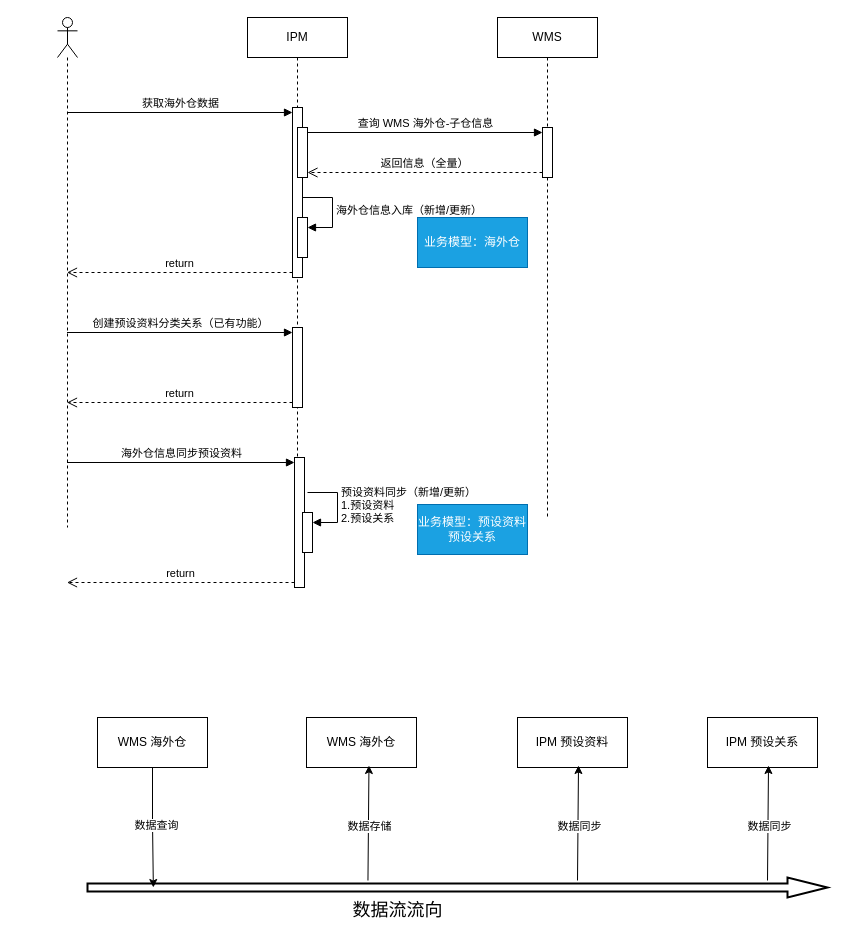
The draw.io diagram shein/海外仓计划.drawio in Msimplehub/abbysun, before the edit. Source tidied: cells renumbered, new cells numbered last; positions are measured from the earlier drawing's top-left corner, leaving out a move shared by most shapes. Both pictures are drawn from the tidied source at 100%, with x=0, y=0 at pixel (57, 17).
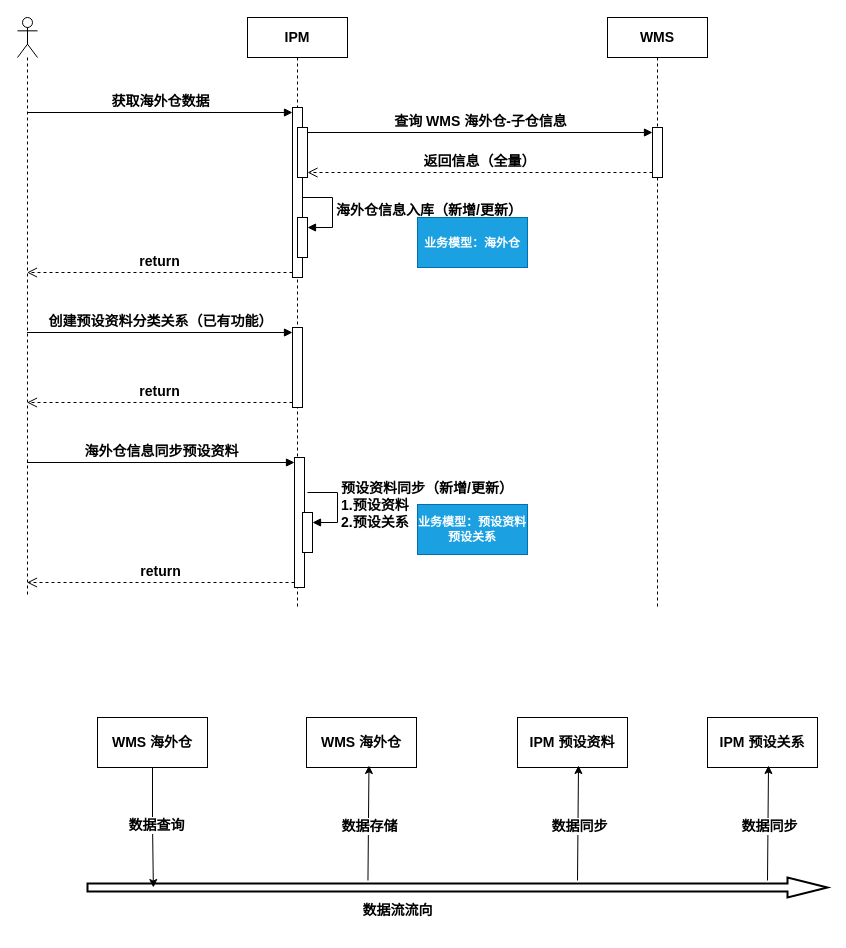
Above is the later version.

Commit message (it also covers changes not shown here):
更新海外仓计划.drawio

Change to the diagram source:
```diff
@@
-    <mxCell id="2" value="IPM" style="shape=umlLifeline;perimeter=lifelinePerimeter;whiteSpace=wrap;html=1;newEdgeStyle={&quot;curved&quot;:0,&quot;rounded&quot;:0};" parent="1" vertex="1">
-      <mxGeometry x="190" width="100" height="500" as="geometry" />
+    <mxCell id="2" value="&lt;span style=&quot;font-size: 14px;&quot;&gt;&lt;font style=&quot;font-size: 14px;&quot;&gt;IPM&lt;/font&gt;&lt;/span&gt;" style="shape=umlLifeline;perimeter=lifelinePerimeter;whiteSpace=wrap;html=1;newEdgeStyle={&quot;curved&quot;:0,&quot;rounded&quot;:0};fontStyle=1;fontSize=14;" parent="1" vertex="1">
+      <mxGeometry x="190" width="100" height="590" as="geometry" />
     </mxCell>
-    <mxCell id="3" style="html=1;points=[[0,0,0,0,5],[0,1,0,0,-5],[1,0,0,0,5],[1,1,0,0,-5]];perimeter=orthogonalPerimeter;outlineConnect=0;targetShapes=umlLifeline;portConstraint=eastwest;newEdgeStyle={&quot;curved&quot;:0,&quot;rounded&quot;:0};" parent="2" vertex="1">
+    <mxCell id="3" style="html=1;points=[[0,0,0,0,5],[0,1,0,0,-5],[1,0,0,0,5],[1,1,0,0,-5]];perimeter=orthogonalPerimeter;outlineConnect=0;targetShapes=umlLifeline;portConstraint=eastwest;newEdgeStyle={&quot;curved&quot;:0,&quot;rounded&quot;:0};fontStyle=1;fontSize=14;" parent="2" vertex="1">
       <mxGeometry x="45" y="90" width="10" height="170" as="geometry" />
     </mxCell>
-    <mxCell id="4" style="html=1;points=[[0,0,0,0,5],[0,1,0,0,-5],[1,0,0,0,5],[1,1,0,0,-5]];perimeter=orthogonalPerimeter;outlineConnect=0;targetShapes=umlLifeline;portConstraint=eastwest;newEdgeStyle={&quot;curved&quot;:0,&quot;rounded&quot;:0};" parent="2" vertex="1">
+    <mxCell id="4" style="html=1;points=[[0,0,0,0,5],[0,1,0,0,-5],[1,0,0,0,5],[1,1,0,0,-5]];perimeter=orthogonalPerimeter;outlineConnect=0;targetShapes=umlLifeline;portConstraint=eastwest;newEdgeStyle={&quot;curved&quot;:0,&quot;rounded&quot;:0};fontStyle=1;fontSize=14;" parent="2" vertex="1">
       <mxGeometry x="50" y="110" width="10" height="50" as="geometry" />
     </mxCell>
-    <mxCell id="5" style="html=1;points=[[0,0,0,0,5],[0,1,0,0,-5],[1,0,0,0,5],[1,1,0,0,-5]];perimeter=orthogonalPerimeter;outlineConnect=0;targetShapes=umlLifeline;portConstraint=eastwest;newEdgeStyle={&quot;curved&quot;:0,&quot;rounded&quot;:0};" parent="2" vertex="1">
+    <mxCell id="5" style="html=1;points=[[0,0,0,0,5],[0,1,0,0,-5],[1,0,0,0,5],[1,1,0,0,-5]];perimeter=orthogonalPerimeter;outlineConnect=0;targetShapes=umlLifeline;portConstraint=eastwest;newEdgeStyle={&quot;curved&quot;:0,&quot;rounded&quot;:0};fontStyle=1;fontSize=14;" parent="2" vertex="1">
       <mxGeometry x="50" y="200" width="10" height="40" as="geometry" />
     </mxCell>
-    <mxCell id="6" value="海外仓信息入库（新增/更新）" style="html=1;align=left;spacingLeft=2;endArrow=block;rounded=0;edgeStyle=orthogonalEdgeStyle;curved=0;rounded=0;" parent="2" edge="1" target="5">
+    <mxCell id="6" value="海外仓信息入库（新增/更新）" style="html=1;align=left;spacingLeft=2;endArrow=block;rounded=0;edgeStyle=orthogonalEdgeStyle;curved=0;rounded=0;fontStyle=1;fontSize=14;" parent="2" edge="1" target="5">
       <mxGeometry relative="1" as="geometry">
         <mxPoint x="55" y="180" as="sourcePoint" />
         <Array as="points">
           <mxPoint x="85" y="210" />
         </Array>
       </mxGeometry>
     </mxCell>
-    <mxCell id="7" style="html=1;points=[[0,0,0,0,5],[0,1,0,0,-5],[1,0,0,0,5],[1,1,0,0,-5]];perimeter=orthogonalPerimeter;outlineConnect=0;targetShapes=umlLifeline;portConstraint=eastwest;newEdgeStyle={&quot;curved&quot;:0,&quot;rounded&quot;:0};" parent="2" vertex="1">
+    <mxCell id="7" style="html=1;points=[[0,0,0,0,5],[0,1,0,0,-5],[1,0,0,0,5],[1,1,0,0,-5]];perimeter=orthogonalPerimeter;outlineConnect=0;targetShapes=umlLifeline;portConstraint=eastwest;newEdgeStyle={&quot;curved&quot;:0,&quot;rounded&quot;:0};fontStyle=1;fontSize=14;" parent="2" vertex="1">
       <mxGeometry x="47" y="440" width="10" height="130" as="geometry" />
     </mxCell>
-    <mxCell id="8" style="html=1;points=[[0,0,0,0,5],[0,1,0,0,-5],[1,0,0,0,5],[1,1,0,0,-5]];perimeter=orthogonalPerimeter;outlineConnect=0;targetShapes=umlLifeline;portConstraint=eastwest;newEdgeStyle={&quot;curved&quot;:0,&quot;rounded&quot;:0};" parent="2" vertex="1">
+    <mxCell id="8" style="html=1;points=[[0,0,0,0,5],[0,1,0,0,-5],[1,0,0,0,5],[1,1,0,0,-5]];perimeter=orthogonalPerimeter;outlineConnect=0;targetShapes=umlLifeline;portConstraint=eastwest;newEdgeStyle={&quot;curved&quot;:0,&quot;rounded&quot;:0};fontStyle=1;fontSize=14;" parent="2" vertex="1">
       <mxGeometry x="55" y="495" width="10" height="40" as="geometry" />
     </mxCell>
-    <mxCell id="9" value="预设资料同步（新增/更新）&lt;div&gt;1.预设资料&lt;/div&gt;&lt;div&gt;2.预设关系&lt;/div&gt;" style="html=1;align=left;spacingLeft=2;endArrow=block;rounded=0;edgeStyle=orthogonalEdgeStyle;curved=0;rounded=0;" parent="2" edge="1" target="8">
+    <mxCell id="9" value="预设资料同步（新增/更新）&lt;div style=&quot;font-size: 14px;&quot;&gt;1.预设资料&lt;/div&gt;&lt;div style=&quot;font-size: 14px;&quot;&gt;2.预设关系&lt;/div&gt;" style="html=1;align=left;spacingLeft=2;endArrow=block;rounded=0;edgeStyle=orthogonalEdgeStyle;curved=0;rounded=0;fontStyle=1;fontSize=14;" parent="2" edge="1" target="8">
       <mxGeometry relative="1" as="geometry">
         <mxPoint x="60" y="475" as="sourcePoint" />
         <Array as="points">
           <mxPoint x="90" y="505" />
         </Array>
       </mxGeometry>
     </mxCell>
-    <mxCell id="10" style="html=1;points=[[0,0,0,0,5],[0,1,0,0,-5],[1,0,0,0,5],[1,1,0,0,-5]];perimeter=orthogonalPerimeter;outlineConnect=0;targetShapes=umlLifeline;portConstraint=eastwest;newEdgeStyle={&quot;curved&quot;:0,&quot;rounded&quot;:0};" parent="2" vertex="1">
+    <mxCell id="10" style="html=1;points=[[0,0,0,0,5],[0,1,0,0,-5],[1,0,0,0,5],[1,1,0,0,-5]];perimeter=orthogonalPerimeter;outlineConnect=0;targetShapes=umlLifeline;portConstraint=eastwest;newEdgeStyle={&quot;curved&quot;:0,&quot;rounded&quot;:0};fontStyle=1;fontSize=14;" parent="2" vertex="1">
       <mxGeometry x="45" y="310" width="10" height="80" as="geometry" />
     </mxCell>
-    <mxCell id="11" value="WMS" style="shape=umlLifeline;perimeter=lifelinePerimeter;whiteSpace=wrap;html=1;newEdgeStyle={&quot;curved&quot;:0,&quot;rounded&quot;:0};" parent="1" vertex="1">
-      <mxGeometry x="440" width="100" height="500" as="geometry" />
+    <mxCell id="11" value="&lt;font style=&quot;font-size: 14px;&quot;&gt;WMS&lt;/font&gt;" style="shape=umlLifeline;perimeter=lifelinePerimeter;whiteSpace=wrap;html=1;newEdgeStyle={&quot;curved&quot;:0,&quot;rounded&quot;:0};fontStyle=1;fontSize=14;" parent="1" vertex="1">
+      <mxGeometry x="550" width="100" height="590" as="geometry" />
     </mxCell>
-    <mxCell id="12" style="html=1;points=[[0,0,0,0,5],[0,1,0,0,-5],[1,0,0,0,5],[1,1,0,0,-5]];perimeter=orthogonalPerimeter;outlineConnect=0;targetShapes=umlLifeline;portConstraint=eastwest;newEdgeStyle={&quot;curved&quot;:0,&quot;rounded&quot;:0};" parent="11" vertex="1">
+    <mxCell id="12" style="html=1;points=[[0,0,0,0,5],[0,1,0,0,-5],[1,0,0,0,5],[1,1,0,0,-5]];perimeter=orthogonalPerimeter;outlineConnect=0;targetShapes=umlLifeline;portConstraint=eastwest;newEdgeStyle={&quot;curved&quot;:0,&quot;rounded&quot;:0};fontStyle=1;fontSize=14;" parent="11" vertex="1">
       <mxGeometry x="45" y="110" width="10" height="50" as="geometry" />
     </mxCell>
-    <mxCell id="13" value="查询 WMS 海外仓-子仓信息" style="html=1;verticalAlign=bottom;endArrow=block;curved=0;rounded=0;entryX=0;entryY=0;entryDx=0;entryDy=5;exitX=1;exitY=0;exitDx=0;exitDy=5;exitPerimeter=0;" parent="1" edge="1" source="4" target="12">
+    <mxCell id="13" value="查询 WMS 海外仓-子仓信息" style="html=1;verticalAlign=bottom;endArrow=block;curved=0;rounded=0;entryX=0;entryY=0;entryDx=0;entryDy=5;exitX=1;exitY=0;exitDx=0;exitDy=5;exitPerimeter=0;fontStyle=1;fontSize=14;" parent="1" edge="1" source="4" target="12">
       <mxGeometry relative="1" as="geometry" />
     </mxCell>
-    <mxCell id="14" value="返回信息（全量）" style="html=1;verticalAlign=bottom;endArrow=open;dashed=1;endSize=8;curved=0;rounded=0;exitX=0;exitY=1;exitDx=0;exitDy=-5;entryX=1;entryY=1;entryDx=0;entryDy=-5;entryPerimeter=0;" parent="1" edge="1" source="12" target="4">
+    <mxCell id="14" value="返回信息（全量）" style="html=1;verticalAlign=bottom;endArrow=open;dashed=1;endSize=8;curved=0;rounded=0;exitX=0;exitY=1;exitDx=0;exitDy=-5;entryX=1;entryY=1;entryDx=0;entryDy=-5;entryPerimeter=0;fontStyle=1;fontSize=14;" parent="1" edge="1" source="12" target="4">
       <mxGeometry relative="1" as="geometry" />
     </mxCell>
-    <mxCell id="15" value="业务模型：海外仓" style="html=1;whiteSpace=wrap;fillColor=#1ba1e2;fontColor=#ffffff;strokeColor=#006EAF;" parent="1" vertex="1">
+    <mxCell id="15" value="&lt;font style=&quot;font-size: 12px;&quot;&gt;业务模型：海外仓&lt;/font&gt;" style="html=1;whiteSpace=wrap;fillColor=#1ba1e2;fontColor=#ffffff;strokeColor=#006EAF;fontStyle=1;fontSize=14;" parent="1" vertex="1">
       <mxGeometry x="360" y="200" width="110" height="50" as="geometry" />
     </mxCell>
-    <mxCell id="16" style="shape=umlLifeline;perimeter=lifelinePerimeter;whiteSpace=wrap;html=1;outlineConnect=0;portConstraint=eastwest;newEdgeStyle={&quot;curved&quot;:0,&quot;rounded&quot;:0};participant=umlActor;" parent="1" vertex="1">
-      <mxGeometry width="20" height="510" as="geometry" />
+    <mxCell id="16" style="shape=umlLifeline;perimeter=lifelinePerimeter;whiteSpace=wrap;html=1;outlineConnect=0;portConstraint=eastwest;newEdgeStyle={&quot;curved&quot;:0,&quot;rounded&quot;:0};participant=umlActor;fontStyle=1;fontSize=14;" parent="1" vertex="1">
+      <mxGeometry x="-40" width="20" height="580" as="geometry" />
     </mxCell>
-    <mxCell id="17" value="获取海外仓数据" style="html=1;verticalAlign=bottom;endArrow=block;curved=0;rounded=0;entryX=0;entryY=0;entryDx=0;entryDy=5;" parent="1" edge="1" source="16" target="3">
+    <mxCell id="17" value="获取海外仓数据" style="html=1;verticalAlign=bottom;endArrow=block;curved=0;rounded=0;entryX=0;entryY=0;entryDx=0;entryDy=5;fontStyle=1;fontSize=14;" parent="1" edge="1" source="16" target="3">
       <mxGeometry relative="1" as="geometry" />
     </mxCell>
-    <mxCell id="18" value="return" style="html=1;verticalAlign=bottom;endArrow=open;dashed=1;endSize=8;curved=0;rounded=0;exitX=0;exitY=1;exitDx=0;exitDy=-5;" parent="1" edge="1" source="3" target="16">
+    <mxCell id="18" value="return" style="html=1;verticalAlign=bottom;endArrow=open;dashed=1;endSize=8;curved=0;rounded=0;exitX=0;exitY=1;exitDx=0;exitDy=-5;fontStyle=1;fontSize=14;" parent="1" edge="1" source="3" target="16">
       <mxGeometry relative="1" as="geometry" />
     </mxCell>
-    <mxCell id="19" value="海外仓信息同步预设资料" style="html=1;verticalAlign=bottom;endArrow=block;curved=0;rounded=0;entryX=0;entryY=0;entryDx=0;entryDy=5;" parent="1" edge="1" target="7">
-      <mxGeometry relative="1" as="geometry">
-        <mxPoint x="9.5" y="445" as="sourcePoint" />
-      </mxGeometry>
+    <mxCell id="19" value="海外仓信息同步预设资料" style="html=1;verticalAlign=bottom;endArrow=block;curved=0;rounded=0;entryX=0;entryY=0;entryDx=0;entryDy=5;fontStyle=1;fontSize=14;" parent="1" edge="1" source="16" target="7">
+      <mxGeometry relative="1" as="geometry" />
     </mxCell>
-    <mxCell id="20" value="return" style="html=1;verticalAlign=bottom;endArrow=open;dashed=1;endSize=8;curved=0;rounded=0;exitX=0;exitY=1;exitDx=0;exitDy=-5;" parent="1" edge="1" source="7">
-      <mxGeometry relative="1" as="geometry">
-        <mxPoint x="9.5" y="565" as="targetPoint" />
-      </mxGeometry>
+    <mxCell id="20" value="return" style="html=1;verticalAlign=bottom;endArrow=open;dashed=1;endSize=8;curved=0;rounded=0;exitX=0;exitY=1;exitDx=0;exitDy=-5;fontStyle=1;fontSize=14;" parent="1" edge="1" source="7" target="16">
+      <mxGeometry relative="1" as="geometry" />
     </mxCell>
-    <mxCell id="21" value="业务模型：预设资料&lt;div&gt;预设关系&lt;/div&gt;" style="html=1;whiteSpace=wrap;fillColor=#1ba1e2;fontColor=#ffffff;strokeColor=#006EAF;" parent="1" vertex="1">
+    <mxCell id="21" value="&lt;font style=&quot;font-size: 12px;&quot;&gt;业务模型：预设资料&lt;/font&gt;&lt;div style=&quot;font-size: 12px;&quot;&gt;&lt;font style=&quot;font-size: 12px;&quot;&gt;预设关系&lt;/font&gt;&lt;/div&gt;" style="html=1;whiteSpace=wrap;fillColor=#1ba1e2;fontColor=#ffffff;strokeColor=#006EAF;fontStyle=1;fontSize=12;" parent="1" vertex="1">
       <mxGeometry x="360" y="487" width="110" height="50" as="geometry" />
     </mxCell>
-    <mxCell id="22" value="创建预设资料分类关系（已有功能）" style="html=1;verticalAlign=bottom;endArrow=block;curved=0;rounded=0;entryX=0;entryY=0;entryDx=0;entryDy=5;" parent="1" edge="1" source="16" target="10">
+    <mxCell id="22" value="创建预设资料分类关系（已有功能）" style="html=1;verticalAlign=bottom;endArrow=block;curved=0;rounded=0;entryX=0;entryY=0;entryDx=0;entryDy=5;fontStyle=1;fontSize=14;" parent="1" edge="1" source="16" target="10">
       <mxGeometry relative="1" as="geometry" />
     </mxCell>
-    <mxCell id="23" value="return" style="html=1;verticalAlign=bottom;endArrow=open;dashed=1;endSize=8;curved=0;rounded=0;exitX=0;exitY=1;exitDx=0;exitDy=-5;" parent="1" edge="1" source="10" target="16">
+    <mxCell id="23" value="return" style="html=1;verticalAlign=bottom;endArrow=open;dashed=1;endSize=8;curved=0;rounded=0;exitX=0;exitY=1;exitDx=0;exitDy=-5;fontStyle=1;fontSize=14;" parent="1" edge="1" source="10" target="16">
       <mxGeometry relative="1" as="geometry" />
     </mxCell>
-    <mxCell id="24" value="WMS 海外仓" style="html=1;whiteSpace=wrap;" parent="1" vertex="1">
+    <mxCell id="24" value="WMS 海外仓" style="html=1;whiteSpace=wrap;fontStyle=1;fontSize=14;" parent="1" vertex="1">
       <mxGeometry x="40" y="700" width="110" height="50" as="geometry" />
     </mxCell>
-    <mxCell id="25" value="WMS 海外仓" style="html=1;whiteSpace=wrap;" parent="1" vertex="1">
+    <mxCell id="25" value="WMS 海外仓" style="html=1;whiteSpace=wrap;fontStyle=1;fontSize=14;" parent="1" vertex="1">
       <mxGeometry x="249" y="700" width="110" height="50" as="geometry" />
     </mxCell>
-    <mxCell id="26" value="IPM 预设资料" style="html=1;whiteSpace=wrap;" parent="1" vertex="1">
+    <mxCell id="26" value="IPM 预设资料" style="html=1;whiteSpace=wrap;fontStyle=1;fontSize=14;" parent="1" vertex="1">
       <mxGeometry x="460" y="700" width="110" height="50" as="geometry" />
     </mxCell>
-    <mxCell id="27" value="IPM 预设关系" style="html=1;whiteSpace=wrap;" parent="1" vertex="1">
+    <mxCell id="27" value="IPM 预设关系" style="html=1;whiteSpace=wrap;fontStyle=1;fontSize=14;" parent="1" vertex="1">
       <mxGeometry x="650" y="700" width="110" height="50" as="geometry" />
     </mxCell>
-    <mxCell id="28" style="verticalLabelPosition=bottom;verticalAlign=top;html=1;strokeWidth=2;shape=mxgraph.arrows2.arrow;dy=0.6;dx=40;notch=0;" parent="1" vertex="1">
+    <mxCell id="28" style="verticalLabelPosition=bottom;verticalAlign=top;html=1;strokeWidth=2;shape=mxgraph.arrows2.arrow;dy=0.6;dx=40;notch=0;fontStyle=1;fontSize=14;" parent="1" vertex="1">
       <mxGeometry x="30" y="860" width="740" height="20" as="geometry" />
     </mxCell>
-    <mxCell id="29" style="edgeStyle=orthogonalEdgeStyle;rounded=0;jettySize=auto;html=1;exitX=0.5;exitY=1;exitDx=0;exitDy=0;entryX=0.089;entryY=0.5;entryDx=0;entryDy=0;entryPerimeter=0;" parent="1" edge="1" source="24" target="28">
+    <mxCell id="29" style="edgeStyle=orthogonalEdgeStyle;rounded=0;jettySize=auto;html=1;exitX=0.5;exitY=1;exitDx=0;exitDy=0;entryX=0.089;entryY=0.5;entryDx=0;entryDy=0;entryPerimeter=0;fontStyle=1;fontSize=14;" parent="1" edge="1" source="24" target="28">
       <mxGeometry relative="1" as="geometry" />
     </mxCell>
-    <mxCell id="30" value="数据查询" style="edgeLabel;html=1;align=center;verticalAlign=middle;" parent="29" vertex="1">
+    <mxCell id="30" value="数据查询" style="edgeLabel;html=1;align=center;verticalAlign=middle;fontStyle=1;fontSize=14;" parent="29" vertex="1">
       <mxGeometry x="-0.04" y="3" relative="1" as="geometry" />
     </mxCell>
-    <mxCell id="31" style="endArrow=classic;html=1;rounded=0;entryX=0.568;entryY=0.96;entryDx=0;entryDy=0;entryPerimeter=0;exitX=0.379;exitY=0.15;exitDx=0;exitDy=0;exitPerimeter=0;" parent="1" edge="1" source="28" target="25">
+    <mxCell id="31" style="endArrow=classic;html=1;rounded=0;entryX=0.568;entryY=0.96;entryDx=0;entryDy=0;entryPerimeter=0;exitX=0.379;exitY=0.15;exitDx=0;exitDy=0;exitPerimeter=0;fontStyle=1;fontSize=14;" parent="1" edge="1" source="28" target="25">
       <mxGeometry relative="1" as="geometry" />
     </mxCell>
-    <mxCell id="32" value="数据存储" style="edgeLabel;html=1;align=center;verticalAlign=middle;" parent="31" vertex="1">
+    <mxCell id="32" value="数据存储" style="edgeLabel;html=1;align=center;verticalAlign=middle;fontStyle=1;fontSize=14;" parent="31" vertex="1">
       <mxGeometry x="-0.2" y="-2" relative="1" as="geometry">
         <mxPoint x="-1" y="-9" as="offset" />
       </mxGeometry>
     </mxCell>
-    <mxCell id="33" style="endArrow=classic;html=1;rounded=0;entryX=0.568;entryY=0.96;entryDx=0;entryDy=0;entryPerimeter=0;exitX=0.379;exitY=0.15;exitDx=0;exitDy=0;exitPerimeter=0;" parent="1" edge="1">
+    <mxCell id="33" style="endArrow=classic;html=1;rounded=0;entryX=0.568;entryY=0.96;entryDx=0;entryDy=0;entryPerimeter=0;exitX=0.379;exitY=0.15;exitDx=0;exitDy=0;exitPerimeter=0;fontStyle=1;fontSize=14;" parent="1" edge="1">
       <mxGeometry relative="1" as="geometry">
         <mxPoint x="520" y="863" as="sourcePoint" />
         <mxPoint x="521" y="748" as="targetPoint" />
       </mxGeometry>
     </mxCell>
-    <mxCell id="34" value="数据同步" style="edgeLabel;html=1;align=center;verticalAlign=middle;" parent="33" vertex="1">
+    <mxCell id="34" value="数据同步" style="edgeLabel;html=1;align=center;verticalAlign=middle;fontStyle=1;fontSize=14;" parent="33" vertex="1">
       <mxGeometry x="-0.2" y="-2" relative="1" as="geometry">
         <mxPoint x="-1" y="-9" as="offset" />
       </mxGeometry>
     </mxCell>
-    <mxCell id="35" style="endArrow=classic;html=1;rounded=0;entryX=0.568;entryY=0.96;entryDx=0;entryDy=0;entryPerimeter=0;exitX=0.379;exitY=0.15;exitDx=0;exitDy=0;exitPerimeter=0;" parent="1" edge="1">
+    <mxCell id="35" style="endArrow=classic;html=1;rounded=0;entryX=0.568;entryY=0.96;entryDx=0;entryDy=0;entryPerimeter=0;exitX=0.379;exitY=0.15;exitDx=0;exitDy=0;exitPerimeter=0;fontStyle=1;fontSize=14;" parent="1" edge="1">
       <mxGeometry relative="1" as="geometry">
         <mxPoint x="710" y="863" as="sourcePoint" />
         <mxPoint x="711" y="748" as="targetPoint" />
       </mxGeometry>
     </mxCell>
-    <mxCell id="36" value="数据同步" style="edgeLabel;html=1;align=center;verticalAlign=middle;" parent="35" vertex="1">
+    <mxCell id="36" value="数据同步" style="edgeLabel;html=1;align=center;verticalAlign=middle;fontStyle=1;fontSize=14;" parent="35" vertex="1">
       <mxGeometry x="-0.2" y="-2" relative="1" as="geometry">
         <mxPoint x="-1" y="-9" as="offset" />
       </mxGeometry>
     </mxCell>
-    <mxCell id="37" value="&lt;font style=&quot;font-size: 18px;&quot;&gt;数据流流向&lt;/font&gt;" style="text;html=1;align=center;verticalAlign=middle;strokeColor=none;fillColor=none;" parent="1" vertex="1">
-      <mxGeometry x="285" y="873" width="110" height="40" as="geometry" />
+    <mxCell id="37" value="&lt;font style=&quot;font-size: 14px;&quot;&gt;数据流流向&lt;/font&gt;" style="text;html=1;align=center;verticalAlign=middle;strokeColor=none;fillColor=none;fontStyle=1;fontSize=14;" parent="1" vertex="1">
+      <mxGeometry x="295" y="878" width="90" height="30" as="geometry" />
     </mxCell>
```
